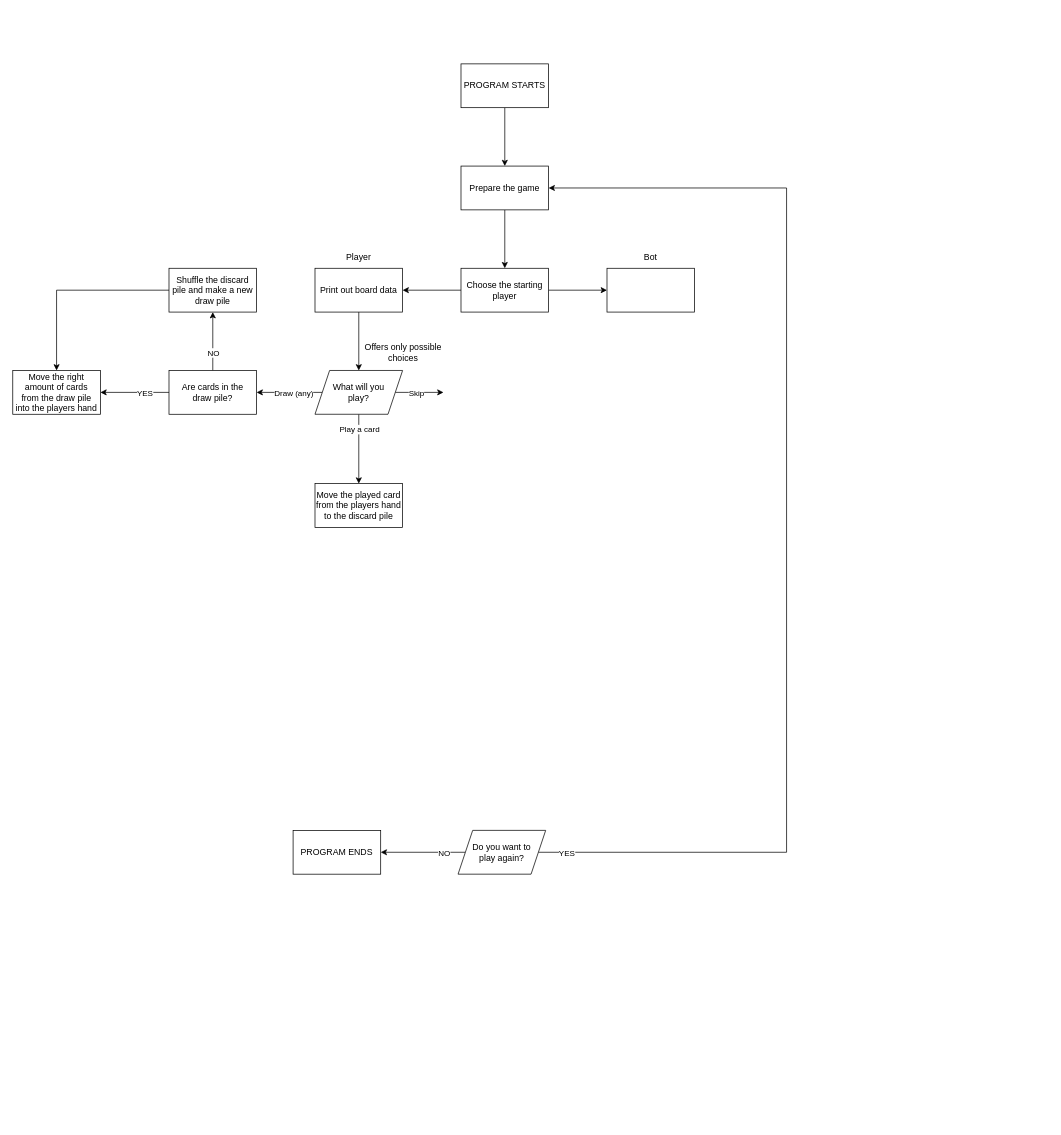
The draw.io diagram block_diagram.drawio in dalgi116/mau-mau_czech_version, before the edit. Source tidied: cells renumbered, new cells numbered last; positions are measured from the earlier drawing's top-left corner, leaving out a move shared by most shapes. Both pictures are drawn from the tidied source at 73%, with x=0, y=0 at pixel (12, 64).
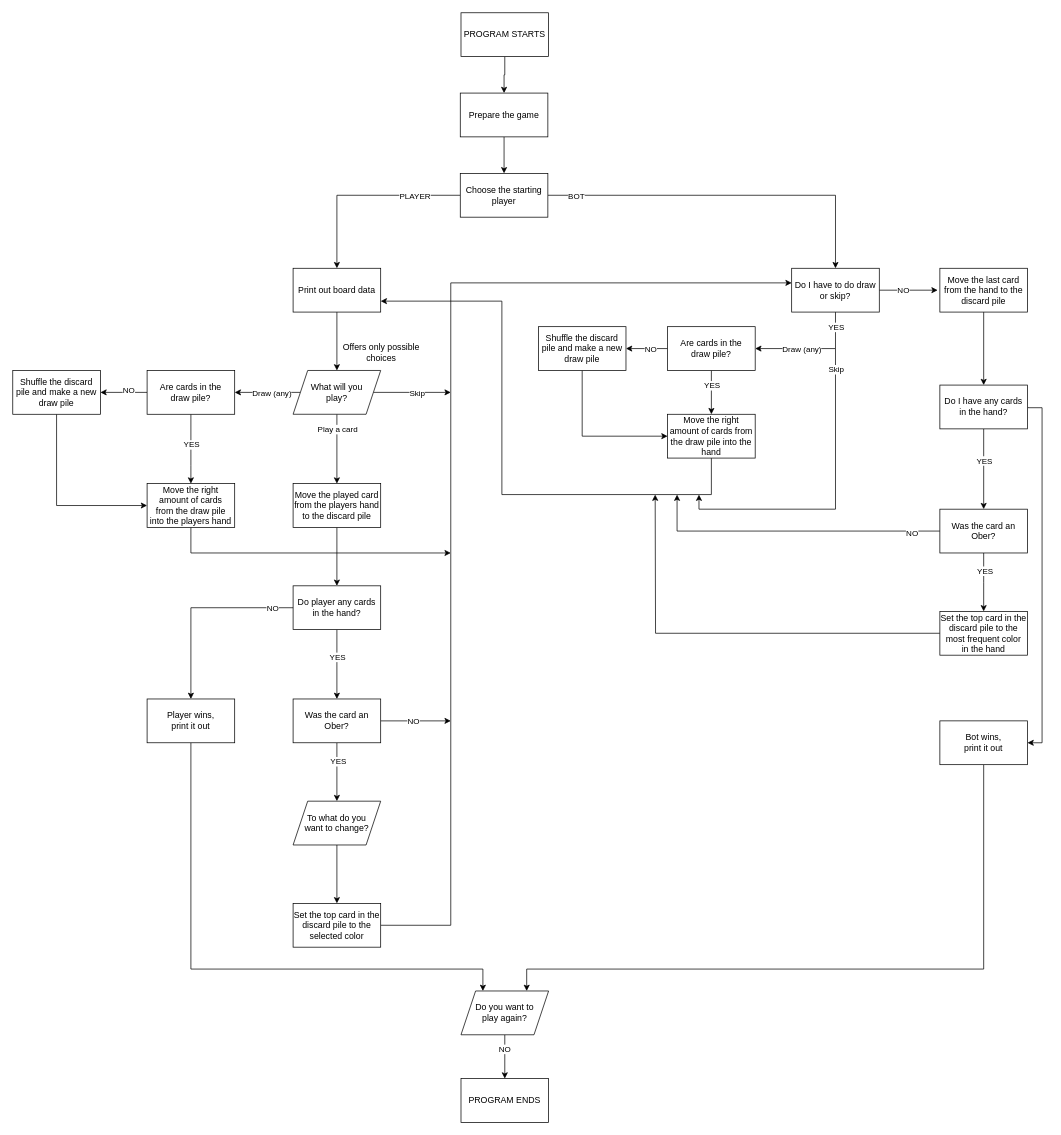
Above is the later version.

Commit message:
basic game block diagram completed

The change refers to these unchanged cells:
```xml
<mxCell id="11" style="edgeStyle=orthogonalEdgeStyle;rounded=0;jettySize=auto;html=1;" parent="1" edge="1" source="13" target="15">
  <mxGeometry relative="1" as="geometry" />
</mxCell>
```

Diff of the diagram source:
```diff
@@
     <mxCell id="3" value="PROGRAM STARTS" style="rounded=0;whiteSpace=wrap;html=1;" parent="1" vertex="1">
-      <mxGeometry x="614" width="120" height="60" as="geometry" />
+      <mxGeometry x="614" y="-70" width="120" height="60" as="geometry" />
     </mxCell>
@@
     <mxCell id="5" value="Prepare the game" style="whiteSpace=wrap;html=1;rounded=0;" parent="1" vertex="1">
-      <mxGeometry x="614" y="140" width="120" height="60" as="geometry" />
+      <mxGeometry x="613" y="40" width="120" height="60" as="geometry" />
     </mxCell>
-    <mxCell id="6" style="edgeStyle=orthogonalEdgeStyle;rounded=0;jettySize=auto;html=1;" parent="1" edge="1" source="26" target="10">
-      <mxGeometry relative="1" as="geometry" />
-    </mxCell>
-    <mxCell id="7" value="NO" style="edgeLabel;html=1;align=center;verticalAlign=middle;" parent="6" vertex="1">
-      <mxGeometry x="-0.43" y="5" relative="1" as="geometry">
-        <mxPoint x="3" y="-5" as="offset" />
-      </mxGeometry>
-    </mxCell>
-    <mxCell id="8" style="edgeStyle=orthogonalEdgeStyle;rounded=0;jettySize=auto;html=1;entryX=1;entryY=0.5;entryDx=0;entryDy=0;" parent="1" edge="1" source="26" target="5">
-      <mxGeometry relative="1" as="geometry">
-        <Array as="points">
-          <mxPoint x="1060" y="1080" />
-          <mxPoint x="1060" y="170" />
-        </Array>
-      </mxGeometry>
-    </mxCell>
-    <mxCell id="9" value="YES" style="edgeLabel;html=1;align=center;verticalAlign=middle;" parent="8" vertex="1">
-      <mxGeometry x="-0.93" y="-3" relative="1" as="geometry">
-        <mxPoint x="-17" y="-3" as="offset" />
-      </mxGeometry>
-    </mxCell>
     <mxCell id="10" value="PROGRAM ENDS" style="rounded=0;whiteSpace=wrap;html=1;" parent="1" vertex="1">
-      <mxGeometry x="384" y="1050" width="120" height="60" as="geometry" />
+      <mxGeometry x="614" y="1390" width="120" height="60" as="geometry" />
     </mxCell>
@@
+    <mxCell id="37" value="PLAYER" style="edgeLabel;html=1;align=center;verticalAlign=middle;" parent="11" vertex="1">
+      <mxGeometry x="-0.45" y="-2" relative="1" as="geometry">
+        <mxPoint x="11" y="2" as="offset" />
+      </mxGeometry>
+    </mxCell>
-    <mxCell id="12" style="edgeStyle=orthogonalEdgeStyle;rounded=0;jettySize=auto;html=1;" parent="1" edge="1" source="13" target="16">
+    <mxCell id="12" style="edgeStyle=orthogonalEdgeStyle;rounded=0;jettySize=auto;html=1;exitX=1;exitY=0.5;exitDx=0;exitDy=0;entryX=0.5;entryY=0;entryDx=0;entryDy=0;" parent="1" edge="1" source="13" target="16">
       <mxGeometry relative="1" as="geometry" />
     </mxCell>
+    <mxCell id="38" value="BOT" style="edgeLabel;html=1;align=center;verticalAlign=middle;" parent="12" vertex="1">
+      <mxGeometry x="-0.39" y="-1" relative="1" as="geometry">
+        <mxPoint x="-113" y="-1" as="offset" />
+      </mxGeometry>
+    </mxCell>
     <mxCell id="13" value="Choose the starting&lt;div&gt;player&lt;/div&gt;" style="whiteSpace=wrap;html=1;rounded=0;" parent="1" vertex="1">
-      <mxGeometry x="614" y="280" width="120" height="60" as="geometry" />
+      <mxGeometry x="613" y="150" width="120" height="60" as="geometry" />
     </mxCell>
@@
     <mxCell id="15" value="Print out board data" style="whiteSpace=wrap;html=1;rounded=0;" parent="1" vertex="1">
-      <mxGeometry x="414" y="280" width="120" height="60" as="geometry" />
+      <mxGeometry x="384" y="280" width="120" height="60" as="geometry" />
     </mxCell>
+    <mxCell id="39" style="edgeStyle=orthogonalEdgeStyle;rounded=0;orthogonalLoop=1;jettySize=auto;html=1;" parent="1" edge="1">
+      <mxGeometry relative="1" as="geometry">
+        <mxPoint x="1127" y="390" as="sourcePoint" />
+        <mxPoint x="940" y="590" as="targetPoint" />
+        <Array as="points">
+          <mxPoint x="1127" y="610" />
+          <mxPoint x="940" y="610" />
+        </Array>
+      </mxGeometry>
+    </mxCell>
+    <mxCell id="40" value="Skip" style="edgeLabel;html=1;align=center;verticalAlign=middle;" parent="39" vertex="1">
+      <mxGeometry x="-0.06" y="-1" relative="1" as="geometry">
+        <mxPoint x="1" y="-173" as="offset" />
+      </mxGeometry>
+    </mxCell>
+    <mxCell id="41" style="edgeStyle=orthogonalEdgeStyle;rounded=0;jettySize=auto;html=1;exitX=0.5;exitY=1;exitDx=0;exitDy=0;entryX=1;entryY=0.5;entryDx=0;entryDy=0;" parent="1" edge="1" source="16" target="67">
+      <mxGeometry relative="1" as="geometry" />
+    </mxCell>
+    <mxCell id="42" value="Draw (any)" style="edgeLabel;html=1;align=center;verticalAlign=middle;" parent="41" vertex="1">
+      <mxGeometry x="0.4" relative="1" as="geometry">
+        <mxPoint x="15" as="offset" />
+      </mxGeometry>
+    </mxCell>
+    <mxCell id="43" value="YES" style="edgeLabel;html=1;align=center;verticalAlign=middle;" parent="41" vertex="1">
+      <mxGeometry x="-0.62" relative="1" as="geometry">
+        <mxPoint y="-10" as="offset" />
+      </mxGeometry>
+    </mxCell>
+    <mxCell id="44" style="edgeStyle=orthogonalEdgeStyle;rounded=0;jettySize=auto;html=1;" parent="1" edge="1" source="16">
+      <mxGeometry relative="1" as="geometry">
+        <mxPoint x="1267" y="310" as="targetPoint" />
+      </mxGeometry>
+    </mxCell>
+    <mxCell id="45" value="NO" style="edgeLabel;html=1;align=center;verticalAlign=middle;" parent="44" vertex="1">
+      <mxGeometry x="-0.72" relative="1" as="geometry">
+        <mxPoint x="21" as="offset" />
+      </mxGeometry>
+    </mxCell>
-    <mxCell id="16" style="whiteSpace=wrap;html=1;rounded=0;" parent="1" vertex="1">
-      <mxGeometry x="814" y="280" width="120" height="60" as="geometry" />
+    <mxCell id="16" value="Do I have to do draw or skip?" style="whiteSpace=wrap;html=1;rounded=0;" parent="1" vertex="1">
+      <mxGeometry x="1067" y="280" width="120" height="60" as="geometry" />
     </mxCell>
-    <mxCell id="17" value="Player" style="text;html=1;align=center;verticalAlign=middle;whiteSpace=wrap;rounded=0;" parent="1" vertex="1">
-      <mxGeometry x="444" y="250" width="60" height="30" as="geometry" />
-    </mxCell>
-    <mxCell id="18" value="Bot" style="text;html=1;align=center;verticalAlign=middle;whiteSpace=wrap;rounded=0;" parent="1" vertex="1">
-      <mxGeometry x="844" y="250" width="60" height="30" as="geometry" />
-    </mxCell>
@@
     <mxCell id="23" style="edgeStyle=orthogonalEdgeStyle;rounded=0;jettySize=auto;html=1;" parent="1" edge="1" source="25">
       <mxGeometry relative="1" as="geometry">
-        <mxPoint x="590" y="450" as="targetPoint" />
+        <mxPoint x="600" y="450" as="targetPoint" />
       </mxGeometry>
     </mxCell>
@@
     <mxCell id="25" value="What will you&lt;div&gt;play?&lt;/div&gt;" style="shape=parallelogram;perimeter=parallelogramPerimeter;whiteSpace=wrap;html=1;fixedSize=1;rounded=0;" parent="1" vertex="1">
-      <mxGeometry x="414" y="420" width="120" height="60" as="geometry" />
+      <mxGeometry x="384" y="420" width="120" height="60" as="geometry" />
     </mxCell>
+    <mxCell id="6" style="edgeStyle=orthogonalEdgeStyle;rounded=0;jettySize=auto;html=1;entryX=0.5;entryY=0;entryDx=0;entryDy=0;" parent="1" edge="1" source="26" target="10">
+      <mxGeometry relative="1" as="geometry" />
+    </mxCell>
+    <mxCell id="46" value="NO" style="edgeLabel;html=1;align=center;verticalAlign=middle;" parent="6" vertex="1">
+      <mxGeometry x="-0.37" y="-1" relative="1" as="geometry" />
+    </mxCell>
     <mxCell id="26" value="Do you want to&lt;div&gt;play again?&lt;/div&gt;" style="shape=parallelogram;perimeter=parallelogramPerimeter;whiteSpace=wrap;html=1;fixedSize=1;" parent="1" vertex="1">
-      <mxGeometry x="610" y="1050" width="120" height="60" as="geometry" />
+      <mxGeometry x="614" y="1270" width="120" height="60" as="geometry" />
     </mxCell>
     <mxCell id="27" value="Offers only possible choices" style="text;html=1;align=center;verticalAlign=middle;whiteSpace=wrap;rounded=0;" parent="1" vertex="1">
-      <mxGeometry x="480" y="380" width="110" height="30" as="geometry" />
+      <mxGeometry x="450" y="380" width="110" height="30" as="geometry" />
     </mxCell>
+    <mxCell id="47" style="edgeStyle=orthogonalEdgeStyle;rounded=0;jettySize=auto;html=1;" parent="1" edge="1" source="28">
+      <mxGeometry relative="1" as="geometry">
+        <mxPoint x="600" y="670" as="targetPoint" />
+        <Array as="points">
+          <mxPoint x="244" y="670" />
+          <mxPoint x="590" y="670" />
+        </Array>
+      </mxGeometry>
+    </mxCell>
     <mxCell id="28" value="Move the right amount of cards&lt;div&gt;&lt;div&gt;from the draw pile&lt;/div&gt;&lt;div&gt;into the players hand&lt;/div&gt;&lt;/div&gt;" style="whiteSpace=wrap;html=1;rounded=0;" parent="1" vertex="1">
-      <mxGeometry y="420" width="120" height="60" as="geometry" />
+      <mxGeometry x="184" y="575" width="120" height="60" as="geometry" />
     </mxCell>
+    <mxCell id="48" style="edgeStyle=orthogonalEdgeStyle;rounded=0;jettySize=auto;html=1;" parent="1" edge="1" source="29" target="60">
+      <mxGeometry relative="1" as="geometry" />
+    </mxCell>
     <mxCell id="29" value="Move the played card from the players hand to the discard pile" style="whiteSpace=wrap;html=1;rounded=0;" parent="1" vertex="1">
-      <mxGeometry x="414" y="575" width="120" height="60" as="geometry" />
+      <mxGeometry x="384" y="575" width="120" height="60" as="geometry" />
     </mxCell>
-    <mxCell id="30" style="edgeStyle=orthogonalEdgeStyle;rounded=0;jettySize=auto;html=1;entryX=1;entryY=0.5;entryDx=0;entryDy=0;" parent="1" edge="1" source="34" target="28">
-      <mxGeometry relative="1" as="geometry" />
+    <mxCell id="30" style="edgeStyle=orthogonalEdgeStyle;rounded=0;jettySize=auto;html=1;entryX=0.5;entryY=0;entryDx=0;entryDy=0;" parent="1" edge="1" source="34" target="28">
+      <mxGeometry relative="1" as="geometry">
+        <Array as="points">
+          <mxPoint x="244" y="550" />
+          <mxPoint x="244" y="550" />
+        </Array>
+      </mxGeometry>
     </mxCell>
@@
     <mxCell id="34" value="Are&amp;nbsp;&lt;span style=&quot;background-color: initial;&quot;&gt;cards in the&lt;/span&gt;&lt;div&gt;draw pile?&lt;/div&gt;" style="whiteSpace=wrap;html=1;rounded=0;" parent="1" vertex="1">
-      <mxGeometry x="214" y="420" width="120" height="60" as="geometry" />
+      <mxGeometry x="184" y="420" width="120" height="60" as="geometry" />
     </mxCell>
-    <mxCell id="35" style="edgeStyle=orthogonalEdgeStyle;rounded=0;jettySize=auto;html=1;exitX=0;exitY=0.5;exitDx=0;exitDy=0;" parent="1" edge="1" source="36" target="28">
-      <mxGeometry relative="1" as="geometry" />
+    <mxCell id="35" style="edgeStyle=orthogonalEdgeStyle;rounded=0;jettySize=auto;html=1;exitX=0.5;exitY=1;exitDx=0;exitDy=0;entryX=0;entryY=0.5;entryDx=0;entryDy=0;" parent="1" edge="1" source="36" target="28">
+      <mxGeometry relative="1" as="geometry">
+        <Array as="points">
+          <mxPoint x="60" y="605" />
+        </Array>
+      </mxGeometry>
     </mxCell>
     <mxCell id="36" value="Shuffle the discard&lt;div&gt;pile and make a new&lt;/div&gt;&lt;div&gt;draw pile&lt;/div&gt;" style="whiteSpace=wrap;html=1;rounded=0;" parent="1" vertex="1">
-      <mxGeometry x="214" y="280" width="120" height="60" as="geometry" />
+      <mxGeometry y="420" width="120" height="60" as="geometry" />
     </mxCell>
+    <mxCell id="49" style="edgeStyle=orthogonalEdgeStyle;rounded=0;jettySize=auto;html=1;" parent="1" edge="1" source="53" target="55">
+      <mxGeometry relative="1" as="geometry" />
+    </mxCell>
+    <mxCell id="50" value="YES" style="edgeLabel;html=1;align=center;verticalAlign=middle;" parent="49" vertex="1">
+      <mxGeometry x="0.25" y="1" relative="1" as="geometry">
+        <mxPoint y="-25" as="offset" />
+      </mxGeometry>
+    </mxCell>
+    <mxCell id="51" style="edgeStyle=orthogonalEdgeStyle;rounded=0;jettySize=auto;html=1;" parent="1" edge="1" source="53">
+      <mxGeometry relative="1" as="geometry">
+        <mxPoint x="600" y="900" as="targetPoint" />
+        <Array as="points">
+          <mxPoint x="600" y="900" />
+        </Array>
+      </mxGeometry>
+    </mxCell>
+    <mxCell id="52" value="NO" style="edgeLabel;html=1;align=center;verticalAlign=middle;" parent="51" vertex="1">
+      <mxGeometry x="-0.08" y="7" relative="1" as="geometry">
+        <mxPoint y="7" as="offset" />
+      </mxGeometry>
+    </mxCell>
+    <mxCell id="53" value="Was the card an Ober?" style="whiteSpace=wrap;html=1;rounded=0;" parent="1" vertex="1">
+      <mxGeometry x="384" y="870" width="120" height="60" as="geometry" />
+    </mxCell>
+    <mxCell id="54" style="edgeStyle=orthogonalEdgeStyle;rounded=0;jettySize=auto;html=1;" parent="1" edge="1" source="55" target="57">
+      <mxGeometry relative="1" as="geometry" />
+    </mxCell>
+    <mxCell id="55" value="To what do you&lt;div&gt;want to change?&lt;/div&gt;" style="shape=parallelogram;perimeter=parallelogramPerimeter;whiteSpace=wrap;html=1;fixedSize=1;rounded=0;" parent="1" vertex="1">
+      <mxGeometry x="384" y="1010" width="120" height="60" as="geometry" />
+    </mxCell>
+    <mxCell id="56" style="edgeStyle=orthogonalEdgeStyle;rounded=0;jettySize=auto;html=1;" parent="1" edge="1" source="57" target="16">
+      <mxGeometry relative="1" as="geometry">
+        <Array as="points">
+          <mxPoint x="600" y="1180" />
+          <mxPoint x="600" y="300" />
+        </Array>
+      </mxGeometry>
+    </mxCell>
+    <mxCell id="57" value="Set the top card in the discard pile to the selected color" style="whiteSpace=wrap;html=1;rounded=0;" parent="1" vertex="1">
+      <mxGeometry x="384" y="1150" width="120" height="60" as="geometry" />
+    </mxCell>
+    <mxCell id="58" style="edgeStyle=orthogonalEdgeStyle;rounded=0;jettySize=auto;html=1;" parent="1" edge="1" source="60" target="53">
+      <mxGeometry relative="1" as="geometry" />
+    </mxCell>
+    <mxCell id="59" value="YES" style="edgeLabel;html=1;align=center;verticalAlign=middle;" parent="58" vertex="1">
+      <mxGeometry x="-0.22" relative="1" as="geometry" />
+    </mxCell>
+    <mxCell id="60" value="Do player any cards&lt;div&gt;in the hand?&lt;/div&gt;" style="whiteSpace=wrap;html=1;rounded=0;" parent="1" vertex="1">
+      <mxGeometry x="384" y="715" width="120" height="60" as="geometry" />
+    </mxCell>
+    <mxCell id="61" style="edgeStyle=orthogonalEdgeStyle;rounded=0;jettySize=auto;html=1;entryX=1;entryY=0.75;entryDx=0;entryDy=0;" parent="1" edge="1" source="62" target="15">
+      <mxGeometry relative="1" as="geometry">
+        <Array as="points">
+          <mxPoint x="957" y="590" />
+          <mxPoint x="670" y="590" />
+          <mxPoint x="670" y="325" />
+        </Array>
+      </mxGeometry>
+    </mxCell>
+    <mxCell id="62" value="Move the right amount of cards from the draw pile into the hand" style="rounded=0;whiteSpace=wrap;html=1;" parent="1" vertex="1">
+      <mxGeometry x="897" y="480" width="120" height="60" as="geometry" />
+    </mxCell>
+    <mxCell id="63" style="edgeStyle=orthogonalEdgeStyle;rounded=0;jettySize=auto;html=1;" parent="1" edge="1" source="67" target="69">
+      <mxGeometry relative="1" as="geometry" />
+    </mxCell>
+    <mxCell id="64" value="NO" style="edgeLabel;html=1;align=center;verticalAlign=middle;" parent="63" vertex="1">
+      <mxGeometry x="-0.35" y="-5" relative="1" as="geometry">
+        <mxPoint x="-5" y="5" as="offset" />
+      </mxGeometry>
+    </mxCell>
+    <mxCell id="65" style="edgeStyle=orthogonalEdgeStyle;rounded=0;jettySize=auto;html=1;" parent="1" edge="1" source="67" target="62">
+      <mxGeometry relative="1" as="geometry" />
+    </mxCell>
+    <mxCell id="66" value="YES" style="edgeLabel;html=1;align=center;verticalAlign=middle;" parent="65" vertex="1">
+      <mxGeometry x="-0.35" relative="1" as="geometry" />
+    </mxCell>
+    <mxCell id="67" value="Are&amp;nbsp;&lt;span style=&quot;background-color: initial;&quot;&gt;cards in the&lt;/span&gt;&lt;div&gt;draw pile?&lt;/div&gt;" style="whiteSpace=wrap;html=1;rounded=0;" parent="1" vertex="1">
+      <mxGeometry x="897" y="360" width="120" height="60" as="geometry" />
+    </mxCell>
+    <mxCell id="68" style="edgeStyle=orthogonalEdgeStyle;rounded=0;jettySize=auto;html=1;entryX=0;entryY=0.5;entryDx=0;entryDy=0;" parent="1" edge="1" source="69" target="62">
+      <mxGeometry relative="1" as="geometry">
+        <Array as="points">
+          <mxPoint x="780" y="510" />
+        </Array>
+      </mxGeometry>
+    </mxCell>
+    <mxCell id="69" value="Shuffle the discard&lt;div&gt;pile and make a new&lt;/div&gt;&lt;div&gt;draw pile&lt;/div&gt;" style="whiteSpace=wrap;html=1;rounded=0;" parent="1" vertex="1">
+      <mxGeometry x="720" y="360" width="120" height="60" as="geometry" />
+    </mxCell>
+    <mxCell id="70" style="edgeStyle=orthogonalEdgeStyle;rounded=0;jettySize=auto;html=1;" parent="1" edge="1" source="71" target="82">
+      <mxGeometry relative="1" as="geometry" />
+    </mxCell>
+    <mxCell id="71" value="Move the last card from the hand to the discard pile" style="whiteSpace=wrap;html=1;rounded=0;" parent="1" vertex="1">
+      <mxGeometry x="1270" y="280" width="120" height="60" as="geometry" />
+    </mxCell>
+    <mxCell id="72" style="edgeStyle=orthogonalEdgeStyle;rounded=0;jettySize=auto;html=1;" parent="1" edge="1" source="76">
+      <mxGeometry relative="1" as="geometry">
+        <mxPoint x="1330" y="750" as="targetPoint" />
+      </mxGeometry>
+    </mxCell>
+    <mxCell id="73" value="YES" style="edgeLabel;html=1;align=center;verticalAlign=middle;" parent="72" vertex="1">
+      <mxGeometry x="0.25" y="1" relative="1" as="geometry">
+        <mxPoint y="-25" as="offset" />
+      </mxGeometry>
+    </mxCell>
+    <mxCell id="74" style="edgeStyle=orthogonalEdgeStyle;rounded=0;jettySize=auto;html=1;exitX=0;exitY=0.5;exitDx=0;exitDy=0;" parent="1" edge="1" source="76">
+      <mxGeometry relative="1" as="geometry">
+        <mxPoint x="910" y="590" as="targetPoint" />
+        <Array as="points">
+          <mxPoint x="910" y="640" />
+        </Array>
+      </mxGeometry>
+    </mxCell>
+    <mxCell id="75" value="NO" style="edgeLabel;html=1;align=center;verticalAlign=middle;" parent="74" vertex="1">
+      <mxGeometry x="-0.81" y="2" relative="1" as="geometry" />
+    </mxCell>
+    <mxCell id="76" value="Was the card an Ober?" style="whiteSpace=wrap;html=1;rounded=0;" parent="1" vertex="1">
+      <mxGeometry x="1270" y="610" width="120" height="60" as="geometry" />
+    </mxCell>
+    <mxCell id="77" style="edgeStyle=orthogonalEdgeStyle;rounded=0;jettySize=auto;html=1;" parent="1" edge="1" source="78">
+      <mxGeometry relative="1" as="geometry">
+        <mxPoint x="880" y="590" as="targetPoint" />
+      </mxGeometry>
+    </mxCell>
+    <mxCell id="78" value="Set the top card in the discard pile to the most frequent color&lt;div&gt;in the hand&lt;/div&gt;" style="whiteSpace=wrap;html=1;rounded=0;" parent="1" vertex="1">
+      <mxGeometry x="1270" y="750" width="120" height="60" as="geometry" />
+    </mxCell>
+    <mxCell id="79" style="edgeStyle=orthogonalEdgeStyle;rounded=0;jettySize=auto;html=1;" parent="1" edge="1" source="82" target="76">
+      <mxGeometry relative="1" as="geometry" />
+    </mxCell>
+    <mxCell id="80" value="YES" style="edgeLabel;html=1;align=center;verticalAlign=middle;" parent="79" vertex="1">
+      <mxGeometry x="-0.22" relative="1" as="geometry" />
+    </mxCell>
+    <mxCell id="81" style="edgeStyle=orthogonalEdgeStyle;rounded=0;jettySize=auto;html=1;entryX=1;entryY=0.5;entryDx=0;entryDy=0;" parent="1" edge="1" target="84">
+      <mxGeometry relative="1" as="geometry">
+        <mxPoint x="1391" y="470" as="sourcePoint" />
+        <Array as="points">
+          <mxPoint x="1410" y="471" />
+          <mxPoint x="1410" y="930" />
+        </Array>
+      </mxGeometry>
+    </mxCell>
+    <mxCell id="82" value="Do I have any cards&lt;div&gt;in the hand?&lt;/div&gt;" style="whiteSpace=wrap;html=1;rounded=0;" parent="1" vertex="1">
+      <mxGeometry x="1270" y="440" width="120" height="60" as="geometry" />
+    </mxCell>
+    <mxCell id="83" style="edgeStyle=orthogonalEdgeStyle;rounded=0;jettySize=auto;html=1;entryX=0.75;entryY=0;entryDx=0;entryDy=0;" parent="1" edge="1" source="84" target="26">
+      <mxGeometry relative="1" as="geometry">
+        <Array as="points">
+          <mxPoint x="1330" y="1240" />
+          <mxPoint x="704" y="1240" />
+        </Array>
+      </mxGeometry>
+    </mxCell>
+    <mxCell id="84" value="Bot wins,&lt;div&gt;print it out&lt;/div&gt;" style="rounded=0;whiteSpace=wrap;html=1;" parent="1" vertex="1">
+      <mxGeometry x="1270" y="900" width="120" height="60" as="geometry" />
+    </mxCell>
+    <mxCell id="85" style="edgeStyle=orthogonalEdgeStyle;rounded=0;jettySize=auto;html=1;exitX=0;exitY=0.5;exitDx=0;exitDy=0;" parent="1" edge="1" source="60" target="88">
+      <mxGeometry relative="1" as="geometry" />
+    </mxCell>
+    <mxCell id="86" value="NO" style="edgeLabel;html=1;align=center;verticalAlign=middle;" parent="85" vertex="1">
+      <mxGeometry x="-0.78" y="4" relative="1" as="geometry">
+        <mxPoint y="-4" as="offset" />
+      </mxGeometry>
+    </mxCell>
+    <mxCell id="87" style="edgeStyle=orthogonalEdgeStyle;rounded=0;jettySize=auto;html=1;entryX=0.25;entryY=0;entryDx=0;entryDy=0;" parent="1" edge="1" source="88" target="26">
+      <mxGeometry relative="1" as="geometry">
+        <Array as="points">
+          <mxPoint x="244" y="1240" />
+          <mxPoint x="644" y="1240" />
+        </Array>
+      </mxGeometry>
+    </mxCell>
+    <mxCell id="88" value="Player wins,&lt;div&gt;print it out&lt;/div&gt;" style="rounded=0;whiteSpace=wrap;html=1;" parent="1" vertex="1">
+      <mxGeometry x="184" y="870" width="120" height="60" as="geometry" />
+    </mxCell>
```
